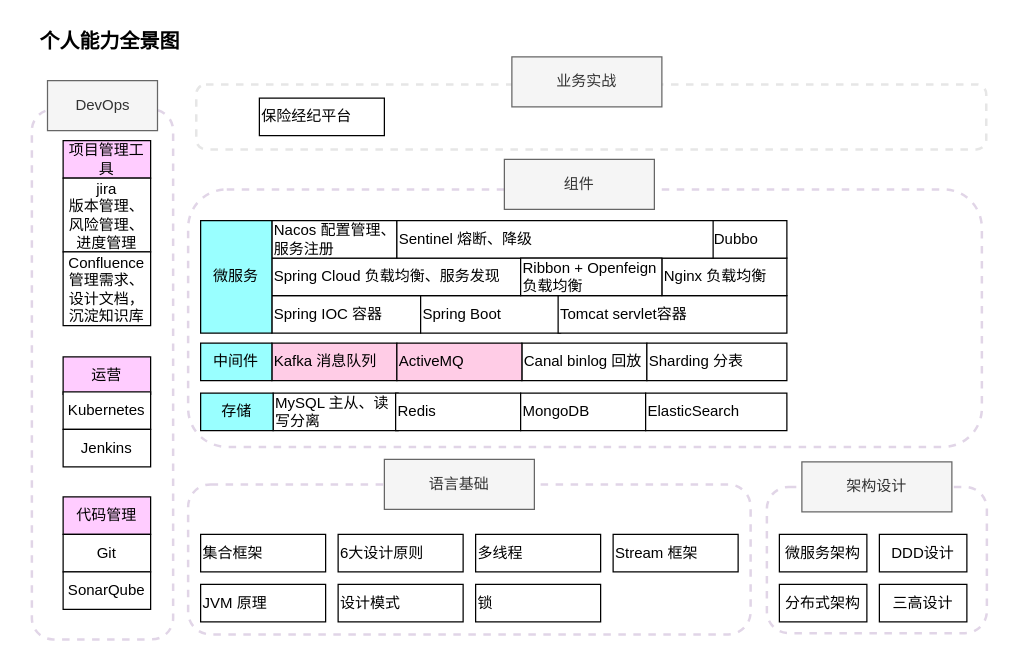
Earlier version of the draw.io diagram 个人技术栈全景图.drawio (hlcgithub/draw). Source tidied: cells renumbered, new cells numbered last; positions are measured from the earlier drawing's top-left corner, leaving out a move shared by most shapes. Both pictures are drawn from the tidied source at 125%, with x=0, y=0 at pixel (21, 21).
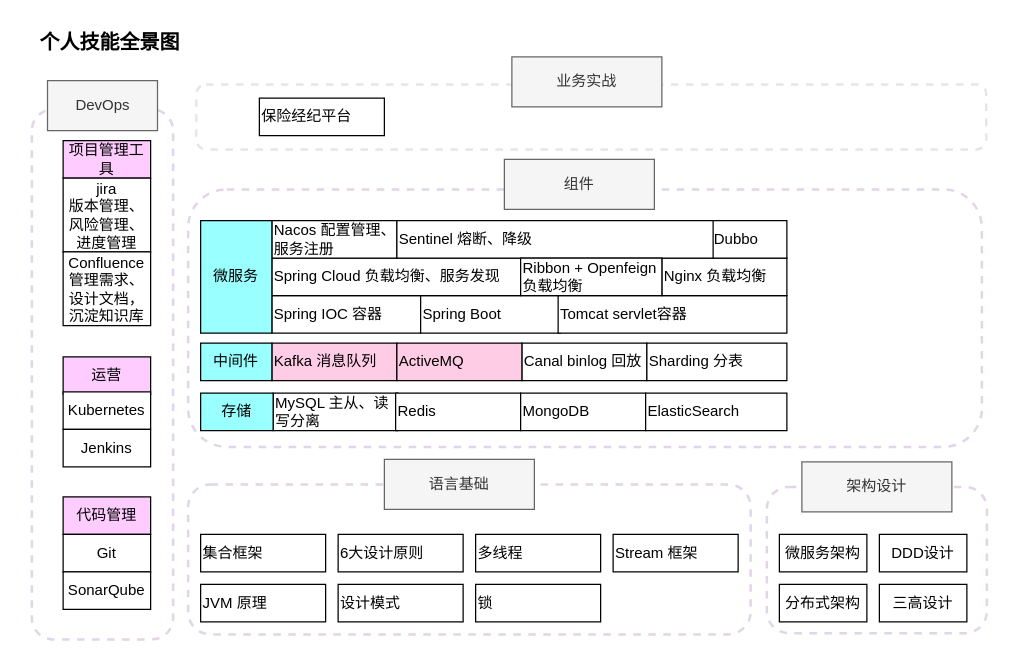
The same page after the edit.

Commit message:
修改图表题

Diff of the diagram source:
```diff
@@
-    <mxCell id="4" value="&lt;font style=&quot;font-size: 16px;&quot;&gt;&lt;b style=&quot;&quot;&gt;个人能力全景图&lt;/b&gt;&lt;/font&gt;" style="text;html=1;align=center;verticalAlign=middle;strokeColor=none;fillColor=none;" parent="1" vertex="1">
-      <mxGeometry width="140" height="30" as="geometry" />
+    <mxCell id="4" value="&lt;font style=&quot;font-size: 16px;&quot;&gt;&lt;b style=&quot;&quot;&gt;个人技能全景图&lt;/b&gt;&lt;/font&gt;" style="text;html=1;align=center;verticalAlign=middle;strokeColor=none;fillColor=none;" parent="1" vertex="1">
+      <mxGeometry x="5" width="130" height="31" as="geometry" />
     </mxCell>
```
